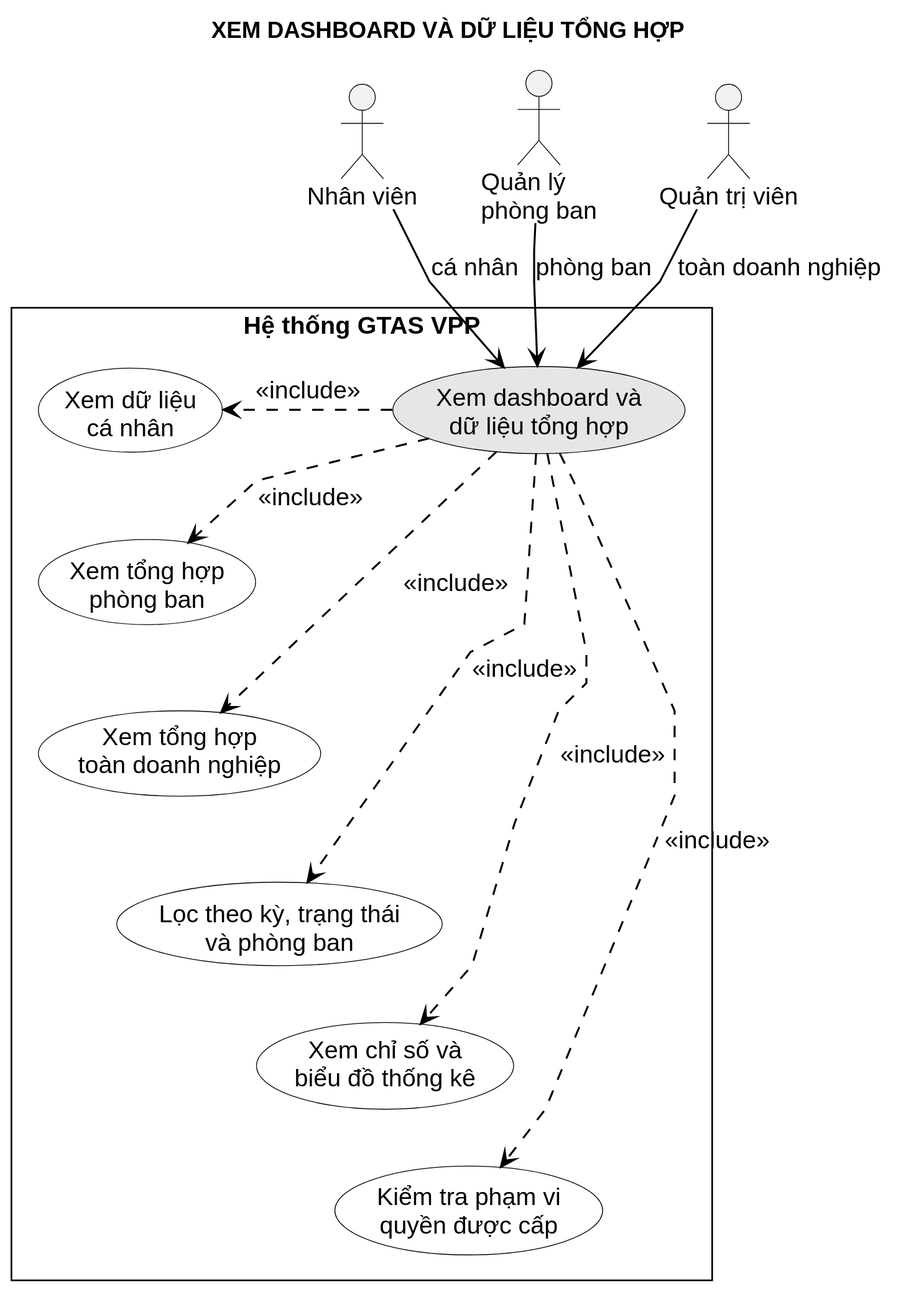
Above: LVTN/diagrams/ch03/use-case-dashboard-summary.svg in Miikey24s/gtas_vpp (PlantUML), before the change. Its diagram source:
```plantuml
@startuml
!include ../common/usecase-style.puml
title XEM DASHBOARD VÀ DỮ LIỆU TỔNG HỢP

actor "Nhân viên" as Employee
actor "Quản lý\nphòng ban" as Manager
actor "Quản trị viên" as Admin

rectangle "Hệ thống GTAS VPP" {
  usecase "Xem dashboard và\ndữ liệu tổng hợp" as Summary #E6E6E6
  usecase "Xem dữ liệu\ncá nhân" as Personal
  usecase "Xem tổng hợp\nphòng ban" as Department
  usecase "Xem tổng hợp\ntoàn doanh nghiệp" as Company
  usecase "Lọc theo kỳ, trạng thái\nvà phòng ban" as Filter
  usecase "Xem chỉ số và\nbiểu đồ thống kê" as Chart
  usecase "Kiểm tra phạm vi\nquyền được cấp" as Scope

  Summary -[hidden]right- Personal
  Summary .> Personal : <<include>>
  Summary .> Department : <<include>>
  Summary .> Company : <<include>>
  Summary .> Filter : <<include>>
  Summary .> Chart : <<include>>
  Summary .> Scope : <<include>>

  Personal -[hidden]down- Department
  Department -[hidden]down- Company
  Company -[hidden]down- Filter
  Filter -[hidden]down- Chart
  Chart -[hidden]down- Scope
}

Employee --> Summary : cá nhân
Manager --> Summary : phòng ban
Admin --> Summary : toàn doanh nghiệp
@enduml
```
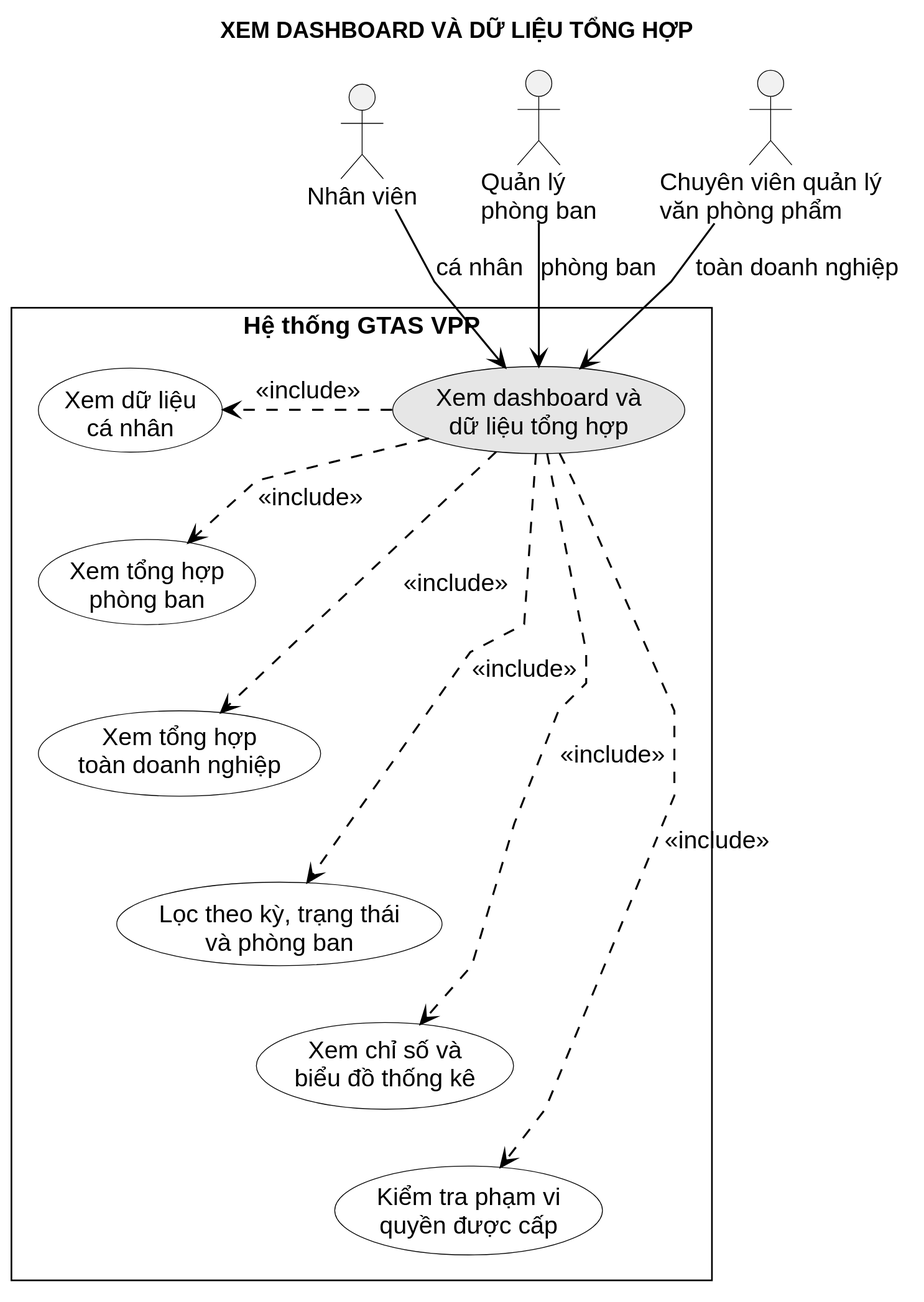
Later version of the same file.

Diff of the diagram source:
```diff
@@ -4,7 +4,7 @@
 
 actor "Nhân viên" as Employee
 actor "Quản lý\nphòng ban" as Manager
-actor "Quản trị viên" as Admin
+actor "Chuyên viên quản lý\nvăn phòng phẩm" as Procurement
 
 rectangle "Hệ thống GTAS VPP" {
   usecase "Xem dashboard và\ndữ liệu tổng hợp" as Summary #E6E6E6
@@ -32,5 +32,5 @@
 
 Employee --> Summary : cá nhân
 Manager --> Summary : phòng ban
-Admin --> Summary : toàn doanh nghiệp
+Procurement --> Summary : toàn doanh nghiệp
 @enduml
```
